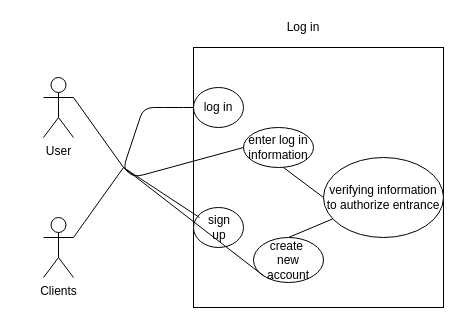
Before: Untitled Diagram.drawio in PazSheimy/UML, a draw.io diagram. Source tidied: cells renumbered, new cells numbered last; positions are measured from the earlier drawing's top-left corner, leaving out a move shared by most shapes. Both pictures are drawn from the tidied source at 100%, with x=0, y=0 at pixel (43, 17).
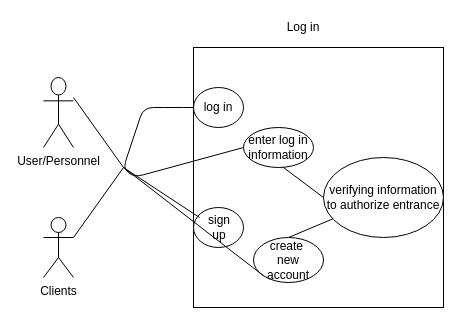
The same diagram, later.

Change to the diagram source:
```diff
@@
-    <mxCell id="3" value="User" style="shape=umlActor;verticalLabelPosition=bottom;verticalAlign=top;html=1;" parent="1" vertex="1">
-      <mxGeometry y="60" width="30" height="60" as="geometry" />
+    <mxCell id="3" value="User/Personnel" style="shape=umlActor;verticalLabelPosition=bottom;verticalAlign=top;html=1;" parent="1" vertex="1">
+      <mxGeometry y="60" width="30" height="70" as="geometry" />
     </mxCell>
```
